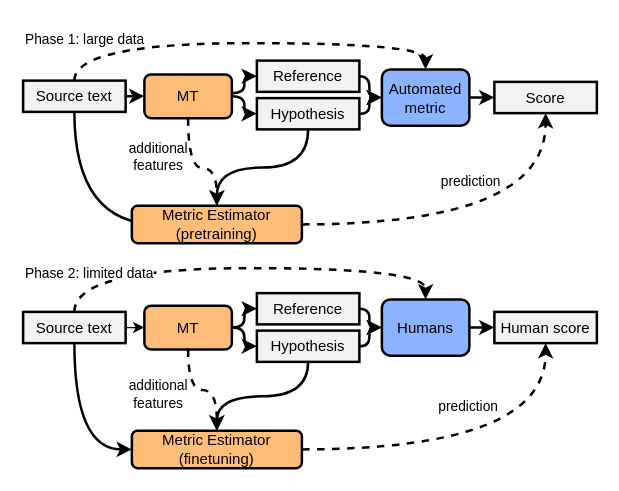
The draw.io diagram meta/pipeline.drawio in zouharvi/mt-metric-estimation, before the edit. Source tidied: cells renumbered, new cells numbered last; positions are measured from the earlier drawing's top-left corner, leaving out a move shared by most shapes. Both pictures are drawn from the tidied source at 125%, with x=0, y=0 at pixel (22, 20).
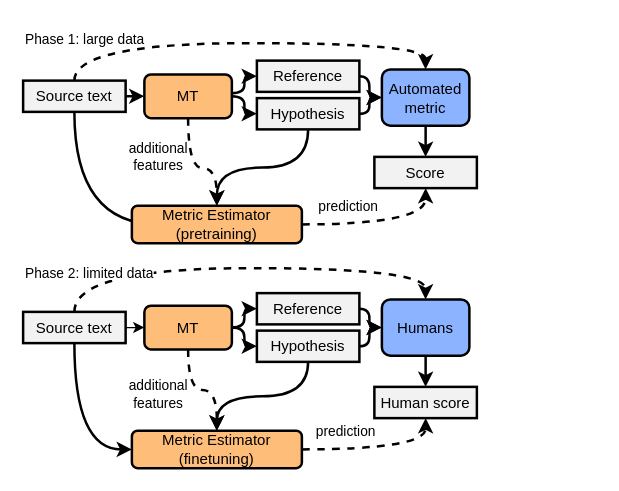
After the change.

The change refers to these unchanged cells:
```xml
<mxCell id="12" style="edgeStyle=orthogonalEdgeStyle;curved=1;rounded=0;jettySize=auto;html=1;entryX=0.5;entryY=1;entryDx=0;entryDy=0;dashed=1;strokeWidth=2;" parent="1" edge="1" source="14" target="22">
  <mxGeometry relative="1" as="geometry" />
</mxCell>
<mxCell id="21" value="Automated&lt;br&gt;metric" style="rounded=1;whiteSpace=wrap;html=1;fillColor=#8CB3FF;strokeWidth=2;" parent="1" vertex="1">
  <mxGeometry x="287" y="39" width="70" height="45" as="geometry" />
</mxCell>
<mxCell id="23" style="edgeStyle=orthogonalEdgeStyle;curved=1;rounded=0;jettySize=auto;html=1;dashed=1;strokeWidth=2;" parent="1" edge="1" source="25" target="37">
  <mxGeometry relative="1" as="geometry" />
</mxCell>
<mxCell id="36" value="Humans" style="rounded=1;whiteSpace=wrap;html=1;fillColor=#8CB3FF;strokeWidth=2;" parent="1" vertex="1">
  <mxGeometry x="287" y="223" width="70" height="45" as="geometry" />
</mxCell>
```

The edit, as a diff of the source:
```diff
@@
     <mxCell id="13" value="prediction" style="edgeLabel;html=1;align=center;verticalAlign=middle;" parent="12" vertex="1">
       <mxGeometry x="0.07" y="25" relative="1" as="geometry">
-        <mxPoint x="-18" y="-10" as="offset" />
+        <mxPoint x="-32" y="10" as="offset" />
       </mxGeometry>
     </mxCell>
@@
-    <mxCell id="20" style="edgeStyle=orthogonalEdgeStyle;rounded=0;jettySize=auto;html=1;entryX=0;entryY=0.5;entryDx=0;entryDy=0;curved=1;strokeWidth=2;" parent="1" edge="1" source="21" target="22">
+    <mxCell id="20" style="edgeStyle=orthogonalEdgeStyle;rounded=0;jettySize=auto;html=1;entryX=0.5;entryY=0;entryDx=0;entryDy=0;curved=1;strokeWidth=2;" parent="1" edge="1" source="21" target="22">
       <mxGeometry relative="1" as="geometry" />
     </mxCell>
@@
     <mxCell id="22" value="&lt;span style=&quot;font-size: 12px;&quot;&gt;Score&lt;/span&gt;" style="rounded=0;whiteSpace=wrap;html=1;fontSize=10.5;fillColor=#F2F2F2;strokeWidth=2;" parent="1" vertex="1">
-      <mxGeometry x="377" y="49" width="82" height="25" as="geometry" />
+      <mxGeometry x="281" y="109" width="82" height="25" as="geometry" />
     </mxCell>
@@
     <mxCell id="24" value="prediction" style="edgeLabel;html=1;align=center;verticalAlign=middle;" parent="23" vertex="1">
       <mxGeometry x="0.13" y="29" relative="1" as="geometry">
-        <mxPoint x="-26" y="-6" as="offset" />
+        <mxPoint x="-36" y="14" as="offset" />
       </mxGeometry>
     </mxCell>
@@
-    <mxCell id="35" style="edgeStyle=orthogonalEdgeStyle;curved=1;rounded=0;jettySize=auto;html=1;entryX=0;entryY=0.5;entryDx=0;entryDy=0;strokeWidth=2;" parent="1" edge="1" source="36" target="37">
+    <mxCell id="35" style="edgeStyle=orthogonalEdgeStyle;curved=1;rounded=0;jettySize=auto;html=1;entryX=0.5;entryY=0;entryDx=0;entryDy=0;strokeWidth=2;" parent="1" edge="1" source="36" target="37">
       <mxGeometry relative="1" as="geometry" />
     </mxCell>
@@
     <mxCell id="37" value="&lt;span style=&quot;font-size: 12px;&quot;&gt;Human score&lt;/span&gt;" style="rounded=0;whiteSpace=wrap;html=1;fontSize=10.5;fillColor=#F2F2F2;strokeWidth=2;" parent="1" vertex="1">
-      <mxGeometry x="377" y="233" width="82" height="25" as="geometry" />
+      <mxGeometry x="281" y="293" width="82" height="25" as="geometry" />
     </mxCell>
```
